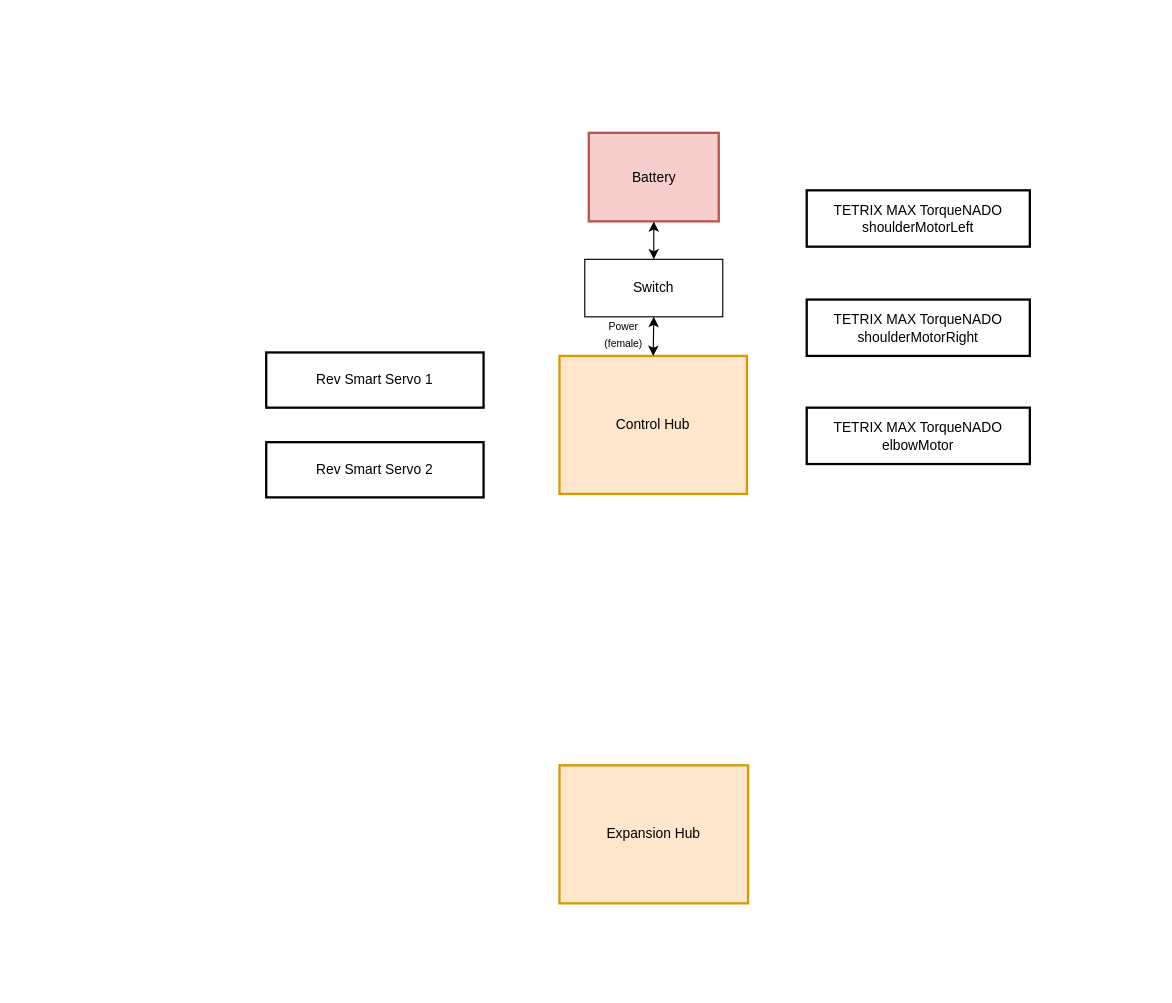
Earlier version of the draw.io diagram TeamCode/src/main/java/org/firstinspires/ftc/teamcode/backend/electronics.drawio (EricLottman/IntoTheDeep2024-2025). Source tidied: cells renumbered, new cells numbered last; positions are measured from the earlier drawing's top-left corner, leaving out a move shared by most shapes. Both pictures are drawn from the tidied source at 115%, with x=0, y=0 at pixel (266, 132).
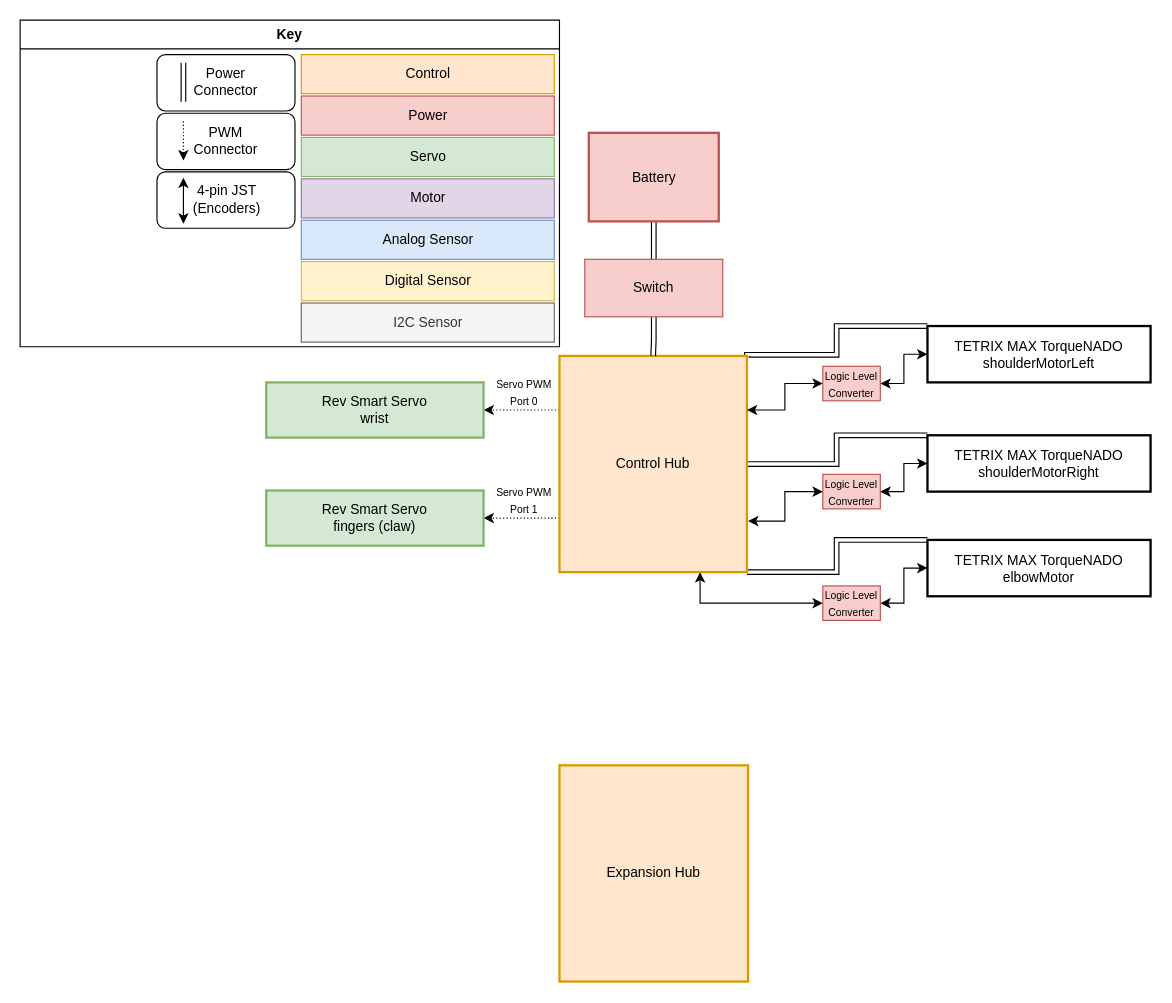
After the change.

The change refers to these unchanged cells:
```xml
<mxCell id="3" value="Battery" style="whiteSpace=wrap;strokeWidth=2;fillColor=#f8cecc;strokeColor=#b85450;" parent="1" vertex="1">
  <mxGeometry x="280.5" width="113" height="77" as="geometry" />
</mxCell>
```

The edit, as a diff of the source:
```diff
@@
+    <mxCell id="14" style="rounded=1;whiteSpace=wrap;html=1;" parent="1" vertex="1">
+      <mxGeometry x="-95" y="34" width="120" height="49" as="geometry" />
+    </mxCell>
+    <mxCell id="15" style="edgeStyle=orthogonalEdgeStyle;rounded=0;jettySize=auto;html=1;exitX=0;exitY=0.25;exitDx=0;exitDy=0;entryX=1;entryY=0.5;entryDx=0;entryDy=0;dashed=1;dashPattern=1 2;" parent="1" edge="1" source="2" target="7">
+      <mxGeometry relative="1" as="geometry" />
+    </mxCell>
+    <mxCell id="16" style="edgeStyle=orthogonalEdgeStyle;rounded=0;jettySize=auto;html=1;exitX=0;exitY=0.75;exitDx=0;exitDy=0;entryX=1;entryY=0.5;entryDx=0;entryDy=0;dashed=1;dashPattern=1 2;" parent="1" edge="1" source="2" target="8">
+      <mxGeometry relative="1" as="geometry" />
+    </mxCell>
+    <mxCell id="17" style="edgeStyle=orthogonalEdgeStyle;rounded=0;jettySize=auto;html=1;exitX=1;exitY=0;exitDx=0;exitDy=0;entryX=0;entryY=0;entryDx=0;entryDy=0;shape=link;" parent="1" edge="1" source="2" target="4">
+      <mxGeometry relative="1" as="geometry">
+        <Array as="points">
+          <mxPoint x="418" y="193" />
+          <mxPoint x="496" y="193" />
+          <mxPoint x="496" y="168" />
+        </Array>
+      </mxGeometry>
+    </mxCell>
+    <mxCell id="18" style="edgeStyle=orthogonalEdgeStyle;rounded=0;jettySize=auto;html=1;exitX=1;exitY=0.5;exitDx=0;exitDy=0;entryX=0;entryY=0;entryDx=0;entryDy=0;shape=link;" parent="1" edge="1" source="2" target="5">
+      <mxGeometry relative="1" as="geometry">
+        <Array as="points">
+          <mxPoint x="496" y="288" />
+          <mxPoint x="496" y="263" />
+        </Array>
+      </mxGeometry>
+    </mxCell>
+    <mxCell id="19" style="edgeStyle=orthogonalEdgeStyle;rounded=0;jettySize=auto;html=1;exitX=1;exitY=1;exitDx=0;exitDy=0;entryX=0;entryY=0;entryDx=0;entryDy=0;shape=link;" parent="1" edge="1" source="2" target="6">
+      <mxGeometry relative="1" as="geometry">
+        <Array as="points">
+          <mxPoint x="496" y="382" />
+          <mxPoint x="496" y="354" />
+        </Array>
+      </mxGeometry>
+    </mxCell>
     <mxCell id="2" value="Control Hub" style="whiteSpace=wrap;strokeWidth=2;fillColor=#ffe6cc;strokeColor=#d79b00;" parent="1" vertex="1">
-      <mxGeometry x="255" y="194" width="163" height="120" as="geometry" />
+      <mxGeometry x="255" y="194" width="163" height="188" as="geometry" />
     </mxCell>
+    <mxCell id="20" style="edgeStyle=orthogonalEdgeStyle;rounded=0;jettySize=auto;html=1;exitX=0.5;exitY=1;exitDx=0;exitDy=0;entryX=0.5;entryY=0;entryDx=0;entryDy=0;shape=link;" parent="1" edge="1" source="3" target="10">
+      <mxGeometry relative="1" as="geometry" />
+    </mxCell>
@@
     <mxCell id="4" value="TETRIX MAX TorqueNADO&#10;shoulderMotorLeft" style="whiteSpace=wrap;strokeWidth=2;" parent="1" vertex="1">
-      <mxGeometry x="470" y="50" width="194" height="49" as="geometry" />
+      <mxGeometry x="575" y="168" width="194" height="49" as="geometry" />
     </mxCell>
     <mxCell id="5" value="TETRIX MAX TorqueNADO&#10;shoulderMotorRight" style="whiteSpace=wrap;strokeWidth=2;" parent="1" vertex="1">
-      <mxGeometry x="470" y="145" width="194" height="49" as="geometry" />
+      <mxGeometry x="575" y="263" width="194" height="49" as="geometry" />
     </mxCell>
     <mxCell id="6" value="TETRIX MAX TorqueNADO&#10;elbowMotor" style="whiteSpace=wrap;strokeWidth=2;" parent="1" vertex="1">
-      <mxGeometry x="470" y="239" width="194" height="49" as="geometry" />
+      <mxGeometry x="575" y="354" width="194" height="49" as="geometry" />
     </mxCell>
-    <mxCell id="7" value="Rev Smart Servo 1" style="whiteSpace=wrap;strokeWidth=2;" parent="1" vertex="1">
-      <mxGeometry y="191" width="189" height="48" as="geometry" />
+    <mxCell id="7" value="Rev Smart Servo&#10;wrist" style="whiteSpace=wrap;strokeWidth=2;fillColor=#d5e8d4;strokeColor=#82b366;" parent="1" vertex="1">
+      <mxGeometry y="217" width="189" height="48" as="geometry" />
     </mxCell>
-    <mxCell id="8" value="Rev Smart Servo 2" style="whiteSpace=wrap;strokeWidth=2;" parent="1" vertex="1">
-      <mxGeometry y="269" width="189" height="48" as="geometry" />
+    <mxCell id="8" value="Rev Smart Servo&#10;fingers (claw)" style="whiteSpace=wrap;strokeWidth=2;fillColor=#d5e8d4;strokeColor=#82b366;" parent="1" vertex="1">
+      <mxGeometry y="311" width="189" height="48" as="geometry" />
     </mxCell>
     <mxCell id="9" value="Expansion Hub" style="whiteSpace=wrap;strokeWidth=2;fillColor=#ffe6cc;strokeColor=#d79b00;" parent="1" vertex="1">
-      <mxGeometry x="255" y="550" width="164" height="120" as="geometry" />
+      <mxGeometry x="255" y="550" width="164" height="188" as="geometry" />
     </mxCell>
+    <mxCell id="21" style="edgeStyle=orthogonalEdgeStyle;rounded=0;jettySize=auto;html=1;shape=link;" parent="1" edge="1" source="10" target="2">
+      <mxGeometry relative="1" as="geometry" />
+    </mxCell>
-    <mxCell id="10" value="&lt;div&gt;Switch&lt;/div&gt;" style="whiteSpace=wrap;html=1;" parent="1" vertex="1">
+    <mxCell id="10" value="&lt;div&gt;Switch&lt;/div&gt;" style="whiteSpace=wrap;html=1;fillColor=#f8cecc;strokeColor=#b85450;" parent="1" vertex="1">
       <mxGeometry x="277" y="110" width="120" height="50" as="geometry" />
     </mxCell>
-    <mxCell id="11" style="endArrow=classic;startArrow=classic;html=1;rounded=0;entryX=0.5;entryY=1;entryDx=0;entryDy=0;exitX=0.5;exitY=0;exitDx=0;exitDy=0;" parent="1" edge="1" source="10" target="3">
-      <mxGeometry relative="1" as="geometry" />
-    </mxCell>
-    <mxCell id="12" style="endArrow=classic;startArrow=classic;html=1;rounded=0;entryX=0.5;entryY=1;entryDx=0;entryDy=0;exitX=0.5;exitY=0;exitDx=0;exitDy=0;" parent="1" edge="1" source="2" target="10">
-      <mxGeometry relative="1" as="geometry" />
-    </mxCell>
-    <mxCell id="13" value="&lt;font style=&quot;font-size: 9px;&quot;&gt;Power (female)&lt;br&gt;&lt;/font&gt;" style="text;html=1;align=center;verticalAlign=middle;whiteSpace=wrap;rounded=0;" parent="1" vertex="1">
-      <mxGeometry x="280.5" y="160" width="60" height="30" as="geometry" />
-    </mxCell>
+    <mxCell id="22" value="&lt;font style=&quot;font-size: 9px;&quot;&gt;Servo PWM&lt;br&gt;Port 0&lt;br&gt;&lt;/font&gt;" style="text;html=1;align=center;verticalAlign=middle;whiteSpace=wrap;rounded=0;" parent="1" vertex="1">
+      <mxGeometry x="182" y="210" width="84.5" height="30" as="geometry" />
+    </mxCell>
+    <mxCell id="23" value="&lt;font style=&quot;font-size: 9px;&quot;&gt;Servo PWM&lt;br&gt;Port 1&lt;br&gt;&lt;/font&gt;" style="text;html=1;align=center;verticalAlign=middle;whiteSpace=wrap;rounded=0;" parent="1" vertex="1">
+      <mxGeometry x="182" y="304" width="84.5" height="30" as="geometry" />
+    </mxCell>
+    <mxCell id="24" value="Key" style="swimlane;whiteSpace=wrap;html=1;startSize=25;" parent="1" vertex="1">
+      <mxGeometry x="-214" y="-98" width="469" height="284" as="geometry" />
+    </mxCell>
+    <mxCell id="25" value="Control" style="rounded=0;whiteSpace=wrap;html=1;fillColor=#ffe6cc;strokeColor=#d79b00;" parent="24" vertex="1">
+      <mxGeometry x="244.5" y="30" width="220" height="34" as="geometry" />
+    </mxCell>
+    <mxCell id="26" value="Servo" style="rounded=0;whiteSpace=wrap;html=1;fillColor=#d5e8d4;strokeColor=#82b366;" parent="24" vertex="1">
+      <mxGeometry x="244.5" y="102" width="220" height="34" as="geometry" />
+    </mxCell>
+    <mxCell id="27" style="rounded=1;whiteSpace=wrap;html=1;" parent="24" vertex="1">
+      <mxGeometry x="119" y="30" width="120" height="49" as="geometry" />
+    </mxCell>
+    <mxCell id="28" style="edgeStyle=orthogonalEdgeStyle;rounded=0;orthogonalLoop=1;jettySize=auto;html=1;shape=link;" parent="24" edge="1">
+      <mxGeometry relative="1" as="geometry">
+        <mxPoint x="142" y="37" as="sourcePoint" />
+        <mxPoint x="142" y="71" as="targetPoint" />
+      </mxGeometry>
+    </mxCell>
+    <mxCell id="29" value="Power Connector" style="text;html=1;align=center;verticalAlign=middle;whiteSpace=wrap;rounded=0;" parent="24" vertex="1">
+      <mxGeometry x="149" y="39" width="60" height="30" as="geometry" />
+    </mxCell>
+    <mxCell id="30" style="endArrow=classic;startArrow=classic;html=1;rounded=0;" parent="24" edge="1">
+      <mxGeometry relative="1" as="geometry">
+        <mxPoint x="142" y="177" as="sourcePoint" />
+        <mxPoint x="142" y="137" as="targetPoint" />
+      </mxGeometry>
+    </mxCell>
+    <mxCell id="31" value="&lt;div&gt;Motor&lt;/div&gt;" style="rounded=0;whiteSpace=wrap;html=1;fillColor=#e1d5e7;strokeColor=#9673a6;" parent="1" vertex="1">
+      <mxGeometry x="30.5" y="40" width="220" height="34" as="geometry" />
+    </mxCell>
+    <mxCell id="32" value="Power" style="rounded=0;whiteSpace=wrap;html=1;fillColor=#f8cecc;strokeColor=#b85450;" parent="1" vertex="1">
+      <mxGeometry x="30.5" y="-32" width="220" height="34" as="geometry" />
+    </mxCell>
+    <mxCell id="33" value="Analog Sensor" style="rounded=0;whiteSpace=wrap;html=1;fillColor=#dae8fc;strokeColor=#6c8ebf;" parent="1" vertex="1">
+      <mxGeometry x="30.5" y="76" width="220" height="34" as="geometry" />
+    </mxCell>
+    <mxCell id="34" value="Digital Sensor" style="rounded=0;whiteSpace=wrap;html=1;fillColor=#fff2cc;strokeColor=#d6b656;" parent="1" vertex="1">
+      <mxGeometry x="30.5" y="112" width="220" height="34" as="geometry" />
+    </mxCell>
+    <mxCell id="35" value="I2C Sensor" style="rounded=0;whiteSpace=wrap;html=1;fillColor=#f5f5f5;strokeColor=#666666;fontColor=#333333;" parent="1" vertex="1">
+      <mxGeometry x="30.5" y="148" width="220" height="34" as="geometry" />
+    </mxCell>
+    <mxCell id="36" style="edgeStyle=orthogonalEdgeStyle;rounded=0;jettySize=auto;html=1;startArrow=classic;startFill=1;" parent="1" edge="1" source="38" target="4">
+      <mxGeometry relative="1" as="geometry" />
+    </mxCell>
+    <mxCell id="37" style="edgeStyle=orthogonalEdgeStyle;rounded=0;jettySize=auto;html=1;exitX=0;exitY=0.5;exitDx=0;exitDy=0;entryX=1;entryY=0.25;entryDx=0;entryDy=0;startArrow=classic;startFill=1;" parent="1" edge="1" source="38" target="2">
+      <mxGeometry relative="1" as="geometry" />
+    </mxCell>
+    <mxCell id="38" value="&lt;font style=&quot;font-size: 9px;&quot;&gt;Logic Level Converter&lt;/font&gt;" style="rounded=0;whiteSpace=wrap;html=1;fillColor=#f8cecc;strokeColor=#b85450;" parent="1" vertex="1">
+      <mxGeometry x="484" y="203" width="50" height="30" as="geometry" />
+    </mxCell>
+    <mxCell id="39" style="edgeStyle=orthogonalEdgeStyle;rounded=0;jettySize=auto;html=1;startArrow=classic;startFill=1;" parent="1" edge="1" source="40" target="5">
+      <mxGeometry relative="1" as="geometry" />
+    </mxCell>
+    <mxCell id="40" value="&lt;font style=&quot;font-size: 9px;&quot;&gt;Logic Level Converter&lt;/font&gt;" style="rounded=0;whiteSpace=wrap;html=1;fillColor=#f8cecc;strokeColor=#b85450;" parent="1" vertex="1">
+      <mxGeometry x="484" y="297" width="50" height="30" as="geometry" />
+    </mxCell>
+    <mxCell id="41" style="edgeStyle=orthogonalEdgeStyle;rounded=0;jettySize=auto;html=1;startArrow=classic;startFill=1;" parent="1" edge="1" source="43" target="6">
+      <mxGeometry relative="1" as="geometry" />
+    </mxCell>
+    <mxCell id="42" style="edgeStyle=orthogonalEdgeStyle;rounded=0;jettySize=auto;html=1;exitX=0;exitY=0.5;exitDx=0;exitDy=0;entryX=0.75;entryY=1;entryDx=0;entryDy=0;startArrow=classic;startFill=1;" parent="1" edge="1" source="43" target="2">
+      <mxGeometry relative="1" as="geometry" />
+    </mxCell>
+    <mxCell id="43" value="&lt;font style=&quot;font-size: 9px;&quot;&gt;Logic Level Converter&lt;/font&gt;" style="rounded=0;whiteSpace=wrap;html=1;fillColor=#f8cecc;strokeColor=#b85450;" parent="1" vertex="1">
+      <mxGeometry x="484" y="394" width="50" height="30" as="geometry" />
+    </mxCell>
+    <mxCell id="44" style="rounded=1;whiteSpace=wrap;html=1;" parent="1" vertex="1">
+      <mxGeometry x="-95" y="-17" width="120" height="49" as="geometry" />
+    </mxCell>
+    <mxCell id="45" style="edgeStyle=orthogonalEdgeStyle;rounded=0;orthogonalLoop=1;jettySize=auto;html=1;dashed=1;dashPattern=1 2;" parent="1" edge="1">
+      <mxGeometry relative="1" as="geometry">
+        <mxPoint x="-72" y="-10" as="sourcePoint" />
+        <mxPoint x="-72" y="24" as="targetPoint" />
+      </mxGeometry>
+    </mxCell>
+    <mxCell id="46" value="PWM&lt;br&gt;Connector" style="text;html=1;align=center;verticalAlign=middle;whiteSpace=wrap;rounded=0;" parent="1" vertex="1">
+      <mxGeometry x="-65" y="-8" width="60" height="30" as="geometry" />
+    </mxCell>
+    <mxCell id="47" value="4-pin JST&lt;br&gt;(Encoders)" style="text;html=1;align=center;verticalAlign=middle;whiteSpace=wrap;rounded=0;" parent="1" vertex="1">
+      <mxGeometry x="-64" y="43" width="60" height="30" as="geometry" />
+    </mxCell>
+    <mxCell id="48" style="edgeStyle=orthogonalEdgeStyle;rounded=0;jettySize=auto;html=1;exitX=0;exitY=0.5;exitDx=0;exitDy=0;entryX=1.006;entryY=0.764;entryDx=0;entryDy=0;entryPerimeter=0;startArrow=classic;startFill=1;" parent="1" edge="1" source="40" target="2">
+      <mxGeometry relative="1" as="geometry" />
+    </mxCell>
```
